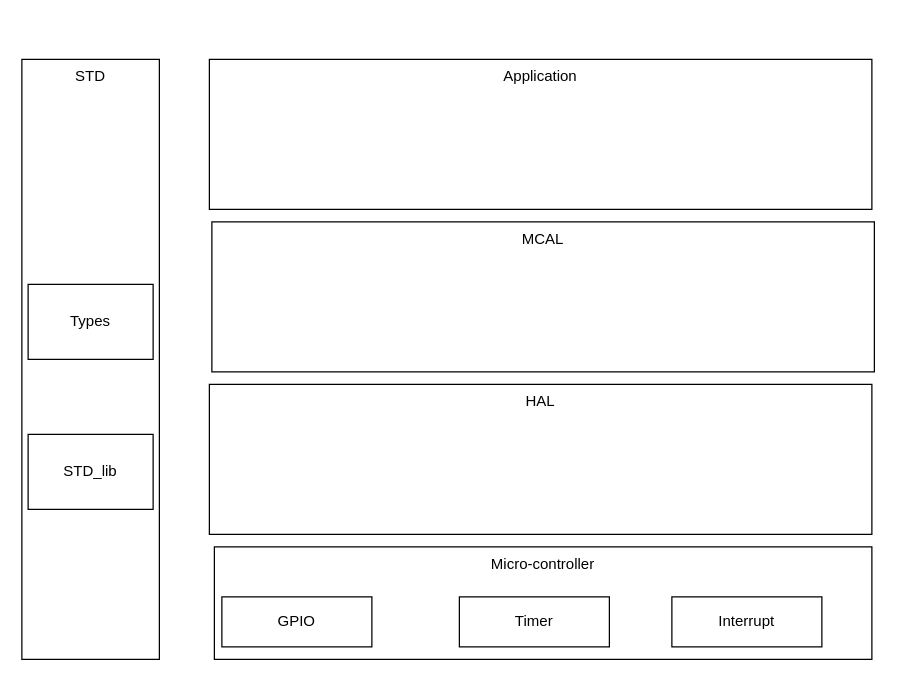
Earlier version of the draw.io diagram page "architecture" (1 of 2) of design/architecture.drawio (Mohamed-Elesaily/traffic_light_project). Source tidied: cells renumbered, new cells numbered last; positions are measured from the earlier drawing's top-left corner, leaving out a move shared by most shapes. Both pictures are drawn from the tidied source at 125%, with x=0, y=0 at pixel (21, 59).
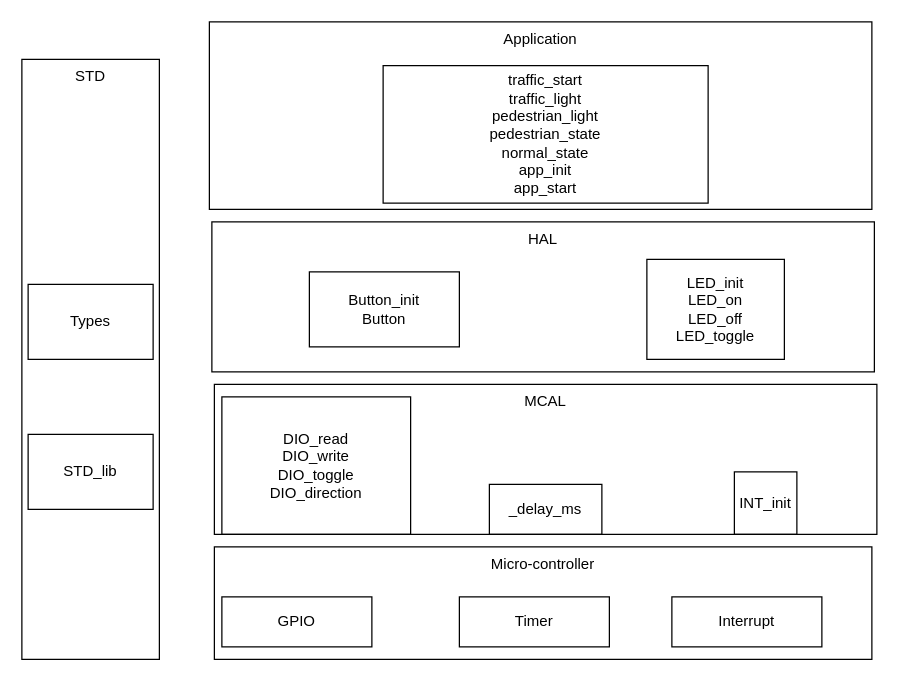
The same page after the edit.

What changed in the source:
```diff
@@
 <mxGraphModel>
   <root>
     <mxCell id="0" />
     <mxCell id="1" parent="0" />
     <mxCell id="2" value="Application" style="rounded=0;whiteSpace=wrap;html=1;fillColor=none;gradientColor=default;verticalAlign=top;" parent="1" vertex="1">
-      <mxGeometry x="150" width="530" height="120" as="geometry" />
+      <mxGeometry x="150" y="-30" width="530" height="150" as="geometry" />
     </mxCell>
     <mxCell id="3" value="Micro-controller" style="rounded=0;whiteSpace=wrap;html=1;gradientColor=default;fillColor=none;verticalAlign=top;" parent="1" vertex="1">
       <mxGeometry x="154" y="390" width="526" height="90" as="geometry" />
     </mxCell>
     <mxCell id="4" value="HAL" style="rounded=0;whiteSpace=wrap;html=1;fillColor=none;gradientColor=default;verticalAlign=top;" parent="1" vertex="1">
-      <mxGeometry x="150" y="260" width="530" height="120" as="geometry" />
+      <mxGeometry x="152" y="130" width="530" height="120" as="geometry" />
     </mxCell>
     <mxCell id="5" value="MCAL" style="rounded=0;whiteSpace=wrap;html=1;fillColor=none;gradientColor=default;verticalAlign=top;" parent="1" vertex="1">
-      <mxGeometry x="152" y="130" width="530" height="120" as="geometry" />
+      <mxGeometry x="154" y="260" width="530" height="120" as="geometry" />
     </mxCell>
     <mxCell id="6" value="STD" style="whiteSpace=wrap;html=1;fillColor=none;gradientColor=default;verticalAlign=top;" parent="1" vertex="1">
       <mxGeometry width="110" height="480" as="geometry" />
     </mxCell>
     <mxCell id="7" value="Timer" style="rounded=0;whiteSpace=wrap;html=1;fillColor=none;gradientColor=default;" parent="1" vertex="1">
       <mxGeometry x="350" y="430" width="120" height="40" as="geometry" />
     </mxCell>
     <mxCell id="8" value="GPIO" style="rounded=0;whiteSpace=wrap;html=1;fillColor=none;gradientColor=default;" parent="1" vertex="1">
       <mxGeometry x="160" y="430" width="120" height="40" as="geometry" />
     </mxCell>
     <mxCell id="9" value="Interrupt" style="rounded=0;whiteSpace=wrap;html=1;fillColor=none;gradientColor=default;" parent="1" vertex="1">
       <mxGeometry x="520" y="430" width="120" height="40" as="geometry" />
     </mxCell>
     <mxCell id="10" value="Types" style="rounded=0;whiteSpace=wrap;html=1;fillColor=none;gradientColor=default;" parent="1" vertex="1">
       <mxGeometry x="5" y="180" width="100" height="60" as="geometry" />
     </mxCell>
     <mxCell id="11" value="STD_lib" style="rounded=0;whiteSpace=wrap;html=1;fillColor=none;gradientColor=default;" parent="1" vertex="1">
       <mxGeometry x="5" y="300" width="100" height="60" as="geometry" />
     </mxCell>
+    <mxCell id="12" value="&lt;span style=&quot;text-align: left;&quot;&gt;DIO_read&lt;/span&gt;&lt;br style=&quot;text-align: left;&quot;&gt;&lt;span style=&quot;text-align: left;&quot;&gt;DIO_write&lt;/span&gt;&lt;br style=&quot;text-align: left;&quot;&gt;&lt;span style=&quot;text-align: left;&quot;&gt;DIO_toggle&lt;/span&gt;&lt;br style=&quot;text-align: left;&quot;&gt;&lt;span style=&quot;text-align: left;&quot;&gt;DIO_direction&lt;/span&gt;" style="rounded=0;whiteSpace=wrap;html=1;fillColor=none;" parent="1" vertex="1">
+      <mxGeometry x="160" y="270" width="151" height="110" as="geometry" />
+    </mxCell>
+    <mxCell id="13" value="&lt;span style=&quot;&quot;&gt;INT_init&lt;/span&gt;" style="whiteSpace=wrap;html=1;fillColor=none;" parent="1" vertex="1">
+      <mxGeometry x="570" y="330" width="50" height="50" as="geometry" />
+    </mxCell>
+    <mxCell id="14" value="_delay_ms" style="rounded=0;whiteSpace=wrap;html=1;fillColor=none;" parent="1" vertex="1">
+      <mxGeometry x="374" y="340" width="90" height="40" as="geometry" />
+    </mxCell>
+    <mxCell id="15" value="Button_init&lt;br&gt;Button" style="rounded=0;whiteSpace=wrap;html=1;fillColor=none;" parent="1" vertex="1">
+      <mxGeometry x="230" y="170" width="120" height="60" as="geometry" />
+    </mxCell>
+    <mxCell id="16" value="&lt;div style=&quot;&quot;&gt;LED_init&lt;/div&gt;&lt;div style=&quot;&quot;&gt;&lt;span style=&quot;background-color: initial;&quot;&gt;LED_on&lt;/span&gt;&lt;br&gt;&lt;/div&gt;&lt;div style=&quot;&quot;&gt;&lt;span style=&quot;background-color: initial;&quot;&gt;LED_off&lt;/span&gt;&lt;br&gt;&lt;/div&gt;&lt;div style=&quot;&quot;&gt;&lt;span style=&quot;background-color: initial;&quot;&gt;LED_toggle&lt;/span&gt;&lt;/div&gt;" style="rounded=0;whiteSpace=wrap;html=1;fillColor=none;" parent="1" vertex="1">
+      <mxGeometry x="500" y="160" width="110" height="80" as="geometry" />
+    </mxCell>
+    <mxCell id="17" value="&lt;div style=&quot;&quot;&gt;traffic_start&lt;/div&gt;&lt;div style=&quot;&quot;&gt;traffic_light&lt;/div&gt;&lt;div style=&quot;&quot;&gt;pedestrian_light&lt;/div&gt;&lt;div style=&quot;&quot;&gt;pedestrian_state&lt;/div&gt;&lt;div style=&quot;&quot;&gt;normal_state&lt;/div&gt;&lt;div style=&quot;&quot;&gt;app_init&lt;/div&gt;&lt;div style=&quot;&quot;&gt;app_start&lt;/div&gt;" style="rounded=0;whiteSpace=wrap;html=1;fillColor=none;" parent="1" vertex="1">
+      <mxGeometry x="289" y="5" width="260" height="110" as="geometry" />
+    </mxCell>
   </root>
 </mxGraphModel>
```
